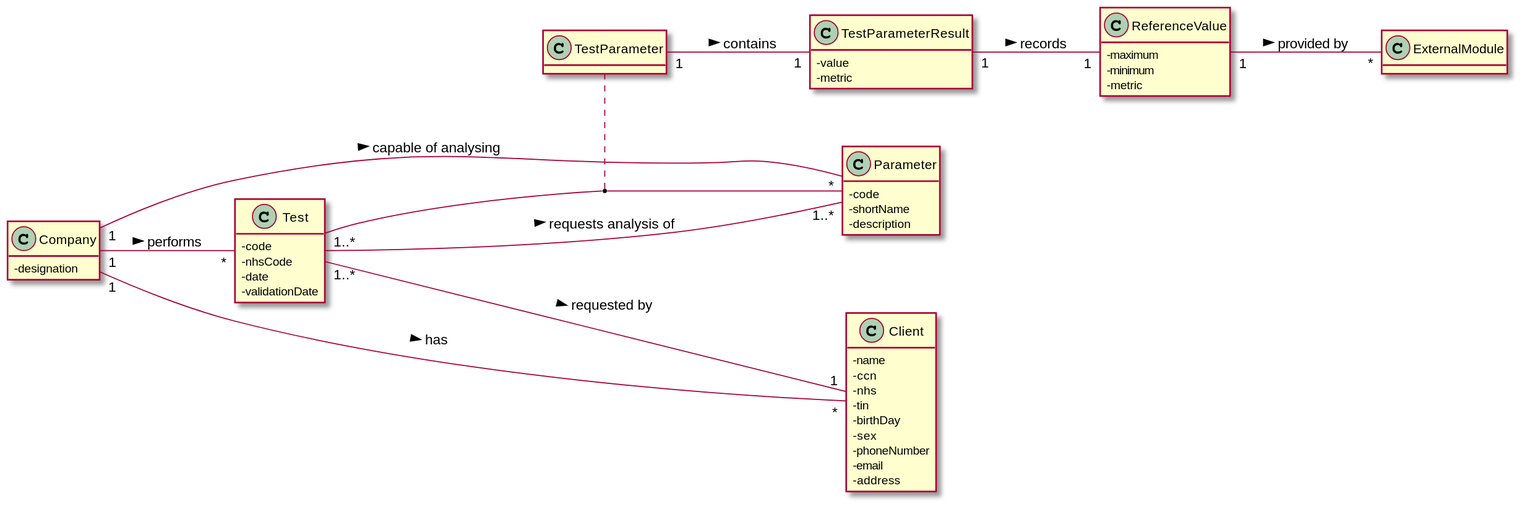
Earlier version of the PlantUML export docs/SprintD/US1_CheckTests/US001_MD.svg (Pedromaia26/LAPR2-ISEP). Its diagram source:
```plantuml
@startuml

hide methods
left to right direction
skinparam classAttributeIconSize 0

class Company
class Test
class ReferenceValue
interface ExternalModule
class Parameter
class TestParameter
class TestParameterResult
class Client

Company "1" -- "*" Test: performs >
Company "1" -- "*" Parameter: capable of analysing >
(Test, Parameter) . TestParameter
TestParameter "1" -- "1" TestParameterResult: contains >
TestParameterResult "1" -- "1" ReferenceValue: records >
ReferenceValue "1" -- "*" ExternalModule: provided by >
Company "1" -- "*" Client: has >
Test "1..*" --- "1" Client: requested by >
Test "1..*" -- "1..*" Parameter: requests analysis of >

class Company {
 -designation
}

class Test {
 -code
 -nhsCode
 -date
 -validationDate
}

class ReferenceValue{
 -maximum
 -minimum
 -metric
}

class ExternalModule {


}

class Client{
 -name
 -ccn
 -nhs
 -tin
 -birthDay
 -sex
 -phoneNumber
 -email
 -address
}

class Parameter{
-code
-shortName
-description
}

class TestParameterResult{
-value
-metric
}

@enduml
```
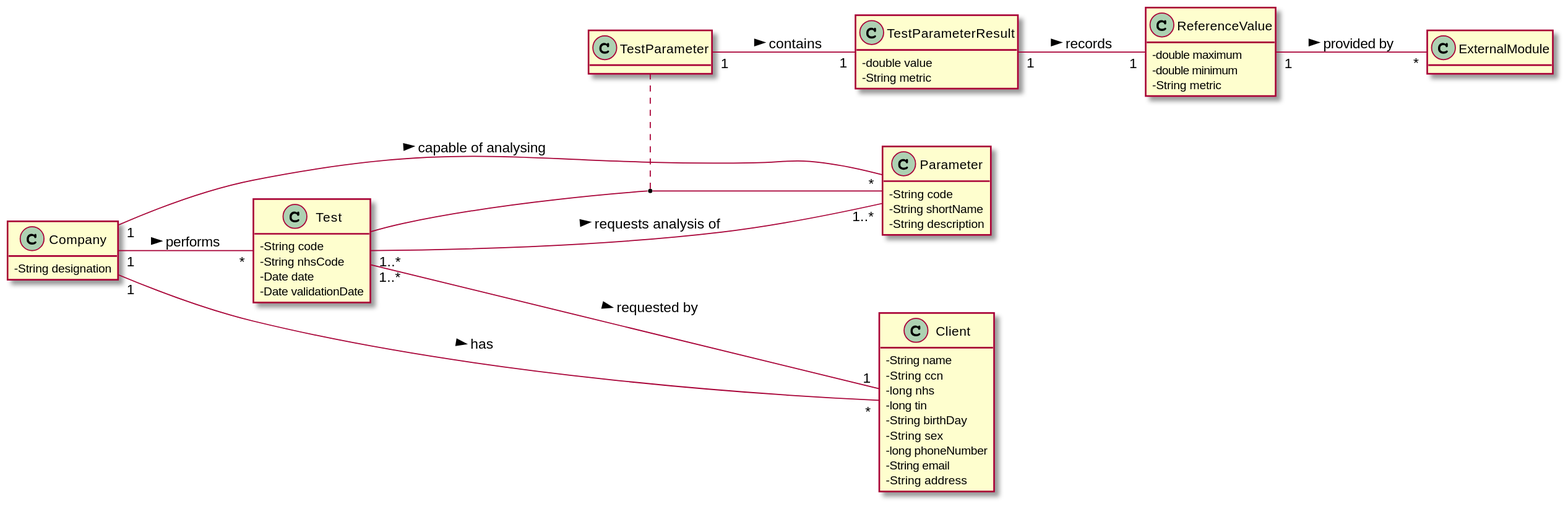
After the change.

The edit, as a diff of the source:
```diff
@@ -24,20 +24,20 @@
 Test "1..*" -- "1..*" Parameter: requests analysis of >
 
 class Company {
- -designation
+ -String designation
 }
 
-class Test {
- -code
- -nhsCode
- -date
- -validationDate
+class Test{
+ -String code
+ -String nhsCode
+ -Date date
+ -Date validationDate
 }
 
 class ReferenceValue{
- -maximum
- -minimum
- -metric
+ -double maximum
+ -double minimum
+ -String metric
 }
 
 class ExternalModule {
@@ -45,27 +45,30 @@
 
 }
 
+
 class Client{
- -name
- -ccn
- -nhs
- -tin
- -birthDay
- -sex
- -phoneNumber
- -email
- -address
+ -String name
+ -String ccn
+ -long nhs
+ -long tin
+ -String birthDay
+ -String sex
+ -long phoneNumber
+ -String email
+ -String address
 }
 
+
 class Parameter{
--code
--shortName
--description
+-String code
+-String shortName
+-String description
 }
 
 class TestParameterResult{
--value
--metric
+-double value
+-String metric
 }
 
+
 @enduml
```
